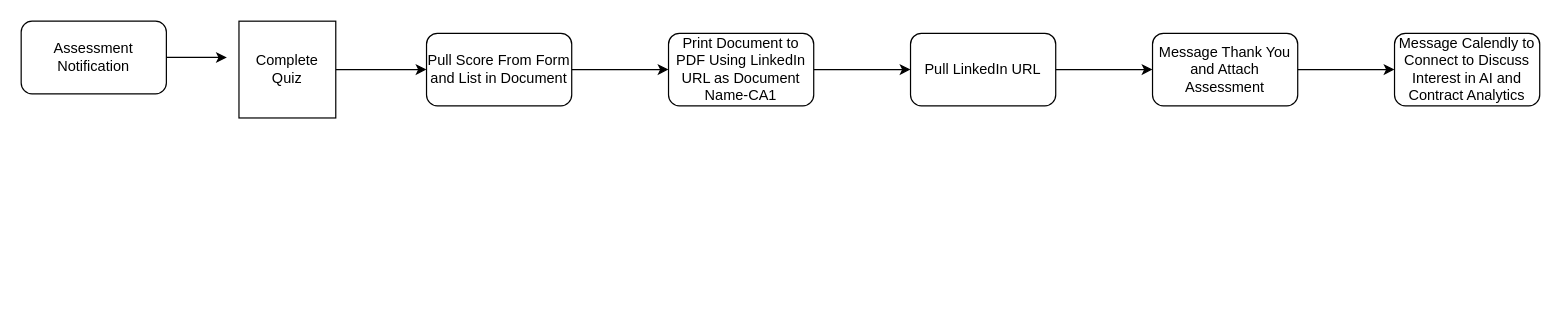
Earlier version of the draw.io diagram Untitled Diagram.drawio (ThaijaDickerson/ThaijaDickerson). Source tidied: cells renumbered, new cells numbered last; positions are measured from the earlier drawing's top-left corner, leaving out a move shared by most shapes. Both pictures are drawn from the tidied source at 121%, with x=0, y=0 at pixel (21, 21).
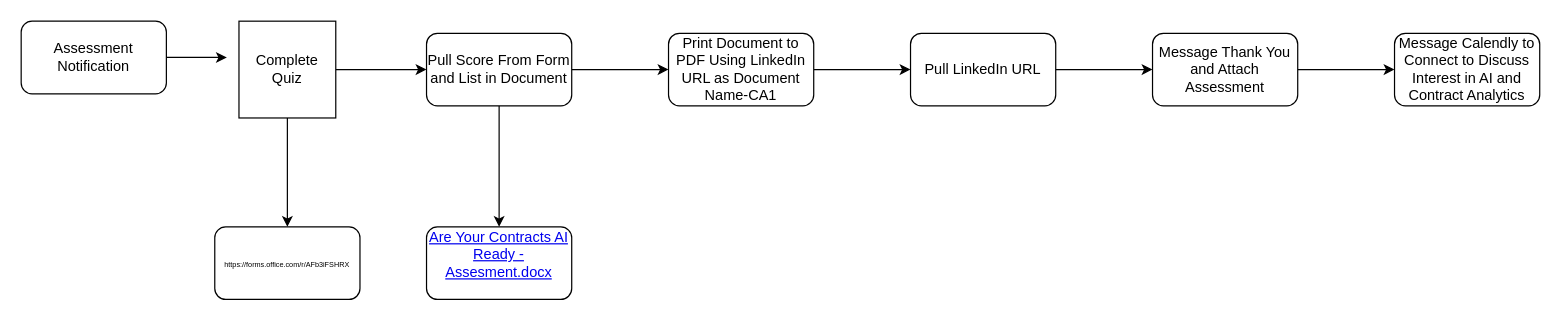
After the change.

What changed in the source:
```diff
@@
 <mxGraphModel>
   <root>
     <mxCell id="0" />
     <mxCell id="1" parent="0" />
     <mxCell id="2" style="edgeStyle=orthogonalEdgeStyle;rounded=0;jettySize=auto;html=1;exitX=1;exitY=0.5;exitDx=0;exitDy=0;entryX=0;entryY=0.5;entryDx=0;entryDy=0;" parent="1" edge="1" source="3" target="7">
       <mxGeometry relative="1" as="geometry" />
     </mxCell>
+    <mxCell id="15" style="edgeStyle=orthogonalEdgeStyle;rounded=0;jettySize=auto;html=1;" parent="1" edge="1" source="3" target="17">
+      <mxGeometry relative="1" as="geometry" />
+    </mxCell>
     <mxCell id="3" value="Complete Quiz" style="whiteSpace=wrap;html=1;" parent="1" vertex="1">
       <mxGeometry x="180" width="80" height="80" as="geometry" />
     </mxCell>
     <mxCell id="4" value="Assessment Notification" style="rounded=1;whiteSpace=wrap;html=1;" parent="1" vertex="1">
       <mxGeometry width="120" height="60" as="geometry" />
     </mxCell>
     <mxCell id="5" style="edgeStyle=orthogonalEdgeStyle;rounded=0;jettySize=auto;html=1;exitX=1;exitY=0.5;exitDx=0;exitDy=0;entryX=-0.125;entryY=0.375;entryDx=0;entryDy=0;entryPerimeter=0;" parent="1" edge="1" source="4" target="3">
       <mxGeometry relative="1" as="geometry" />
     </mxCell>
     <mxCell id="6" style="edgeStyle=orthogonalEdgeStyle;rounded=0;jettySize=auto;html=1;" parent="1" edge="1" source="7" target="9">
       <mxGeometry relative="1" as="geometry" />
     </mxCell>
+    <mxCell id="16" style="edgeStyle=orthogonalEdgeStyle;rounded=0;jettySize=auto;html=1;" parent="1" edge="1" source="7" target="18">
+      <mxGeometry relative="1" as="geometry" />
+    </mxCell>
     <mxCell id="7" value="Pull Score From Form and List in Document" style="rounded=1;whiteSpace=wrap;html=1;" parent="1" vertex="1">
       <mxGeometry x="335" y="10" width="120" height="60" as="geometry" />
     </mxCell>
     <mxCell id="8" style="edgeStyle=orthogonalEdgeStyle;rounded=0;jettySize=auto;html=1;" parent="1" edge="1" source="9" target="11">
       <mxGeometry relative="1" as="geometry" />
     </mxCell>
     <mxCell id="9" value="Print Document to PDF Using LinkedIn URL as Document Name-CA1" style="rounded=1;whiteSpace=wrap;html=1;" parent="1" vertex="1">
       <mxGeometry x="535" y="10" width="120" height="60" as="geometry" />
     </mxCell>
     <mxCell id="10" style="edgeStyle=orthogonalEdgeStyle;rounded=0;jettySize=auto;html=1;" parent="1" edge="1" source="11" target="13">
       <mxGeometry relative="1" as="geometry" />
     </mxCell>
     <mxCell id="11" value="Pull LinkedIn URL" style="rounded=1;whiteSpace=wrap;html=1;" parent="1" vertex="1">
       <mxGeometry x="735" y="10" width="120" height="60" as="geometry" />
     </mxCell>
     <mxCell id="12" style="edgeStyle=orthogonalEdgeStyle;rounded=0;jettySize=auto;html=1;" parent="1" edge="1" source="13" target="14">
       <mxGeometry relative="1" as="geometry" />
     </mxCell>
     <mxCell id="13" value="Message Thank You and Attach Assessment" style="rounded=1;whiteSpace=wrap;html=1;" parent="1" vertex="1">
       <mxGeometry x="935" y="10" width="120" height="60" as="geometry" />
     </mxCell>
     <mxCell id="14" value="Message Calendly to Connect to Discuss Interest in AI and Contract Analytics" style="whiteSpace=wrap;html=1;rounded=1;" parent="1" vertex="1">
       <mxGeometry x="1135" y="10" width="120" height="60" as="geometry" />
     </mxCell>
+    <mxCell id="17" value="&lt;font style=&quot;font-size: 6px;&quot;&gt;https://forms.office.com/r/AFb3iFSHRX&lt;/font&gt;" style="rounded=1;whiteSpace=wrap;html=1;" parent="1" vertex="1">
+      <mxGeometry x="160" y="170" width="120" height="60" as="geometry" />
+    </mxCell>
+    <mxCell id="18" value="&#10;&lt;a href=&quot;https://kontrakiq-my.sharepoint.com/:w:/g/personal/thai_kontrakiq_io/Ee9adpEBbqBNmbPylPhA5cYBRcXSCYS6CytS5DIkIFA2-w?e=ECaTJz&quot;&gt;Are Your Contracts AI Ready - Assesment.docx&lt;/a&gt;&#10;&#10;" style="whiteSpace=wrap;html=1;rounded=1;" parent="1" vertex="1">
+      <mxGeometry x="335" y="170" width="120" height="60" as="geometry" />
+    </mxCell>
   </root>
 </mxGraphModel>
```
